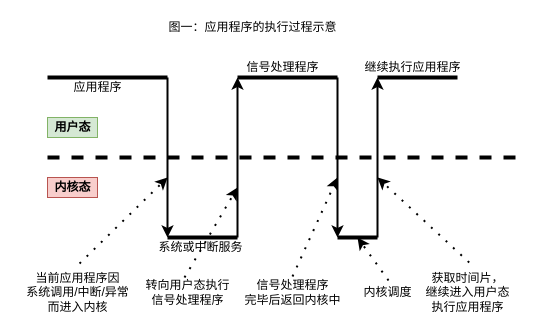
The draw.io diagram task_exec.drawio in camel007/snipet, before the edit. Source tidied: cells renumbered, new cells numbered last; positions are measured from the earlier drawing's top-left corner, leaving out a move shared by most shapes. Both pictures are drawn from the tidied source at 100%, with x=0, y=0 at pixel (17, 17).
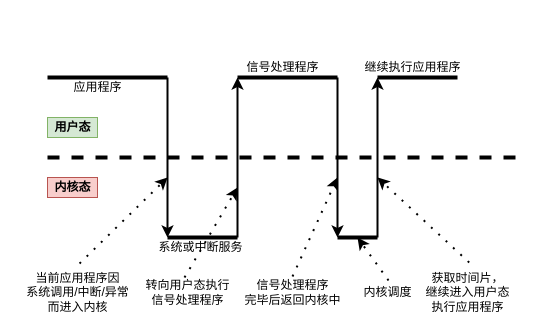
The same diagram, later.

The edit, as a diff of the source:
```diff
@@
-    <mxCell id="14" value="图一：应用程序的执行过程示意" style="text;html=1;align=center;verticalAlign=middle;strokeColor=none;fillColor=none;" parent="1" vertex="1">
-      <mxGeometry x="145" width="180" height="20" as="geometry" />
-    </mxCell>
```
